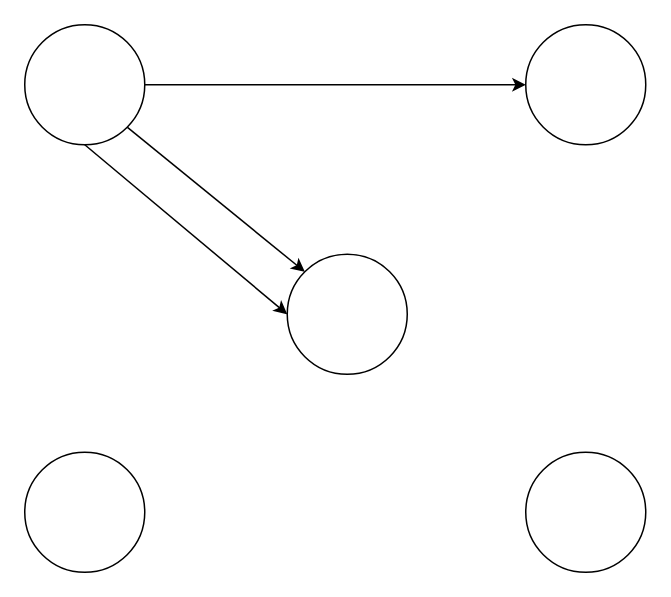
xiaodongYao/DrawIO keeps this draw.io diagram as 软考.drawio. Above is the earlier version. Source tidied: cells renumbered, new cells numbered last; positions are measured from the earlier drawing's top-left corner, leaving out a move shared by most shapes. Both pictures are drawn from the tidied source at 150%, with x=0, y=0 at pixel (24, 24).
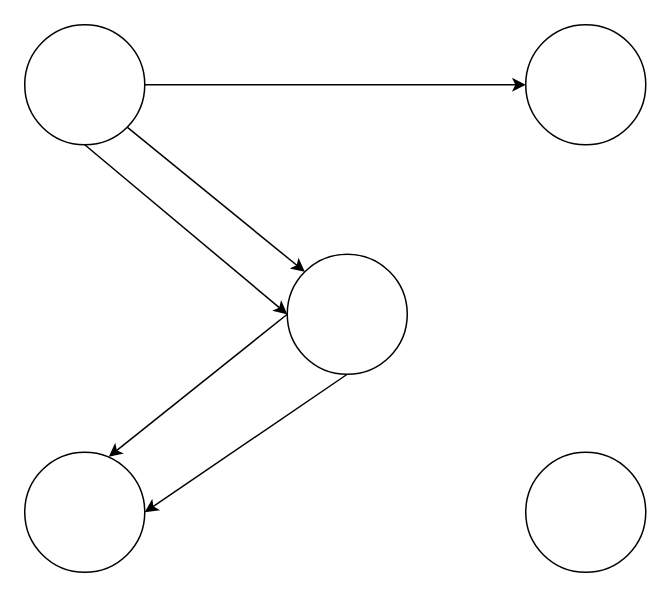
Above is the later version.

Change to the diagram source:
```diff
@@
 <mxGraphModel>
   <root>
     <mxCell id="0" />
     <mxCell id="1" parent="0" />
     <mxCell id="2" style="edgeStyle=orthogonalEdgeStyle;rounded=0;jettySize=auto;html=1;exitX=1;exitY=0.5;exitDx=0;exitDy=0;entryX=0;entryY=0.5;entryDx=0;entryDy=0;" parent="1" edge="1" source="5" target="6">
       <mxGeometry relative="1" as="geometry" />
     </mxCell>
     <mxCell id="3" style="rounded=0;jettySize=auto;html=1;exitX=1;exitY=1;exitDx=0;exitDy=0;entryX=0;entryY=0;entryDx=0;entryDy=0;" parent="1" edge="1" source="5" target="7">
       <mxGeometry relative="1" as="geometry" />
     </mxCell>
     <mxCell id="4" style="rounded=0;jettySize=auto;html=1;exitX=0.5;exitY=1;exitDx=0;exitDy=0;entryX=0;entryY=0.5;entryDx=0;entryDy=0;" parent="1" edge="1" source="5" target="7">
       <mxGeometry relative="1" as="geometry" />
     </mxCell>
     <mxCell id="5" style="ellipse;whiteSpace=wrap;html=1;" parent="1" vertex="1">
       <mxGeometry width="80" height="80" as="geometry" />
     </mxCell>
     <mxCell id="6" style="ellipse;whiteSpace=wrap;html=1;" parent="1" vertex="1">
       <mxGeometry x="334" width="80" height="80" as="geometry" />
     </mxCell>
+    <mxCell id="10" style="rounded=0;jettySize=auto;html=1;exitX=0;exitY=0.5;exitDx=0;exitDy=0;entryX=0.7;entryY=0.038;entryDx=0;entryDy=0;entryPerimeter=0;" parent="1" edge="1" source="7" target="8">
+      <mxGeometry relative="1" as="geometry" />
+    </mxCell>
+    <mxCell id="11" style="rounded=0;jettySize=auto;html=1;exitX=0.5;exitY=1;exitDx=0;exitDy=0;entryX=1;entryY=0.5;entryDx=0;entryDy=0;" parent="1" edge="1" source="7" target="8">
+      <mxGeometry relative="1" as="geometry" />
+    </mxCell>
     <mxCell id="7" style="ellipse;whiteSpace=wrap;html=1;" parent="1" vertex="1">
       <mxGeometry x="175" y="153" width="80" height="80" as="geometry" />
     </mxCell>
     <mxCell id="8" style="ellipse;whiteSpace=wrap;html=1;" parent="1" vertex="1">
       <mxGeometry y="285" width="80" height="80" as="geometry" />
     </mxCell>
     <mxCell id="9" style="ellipse;whiteSpace=wrap;html=1;" parent="1" vertex="1">
       <mxGeometry x="334" y="285" width="80" height="80" as="geometry" />
     </mxCell>
   </root>
 </mxGraphModel>
```
